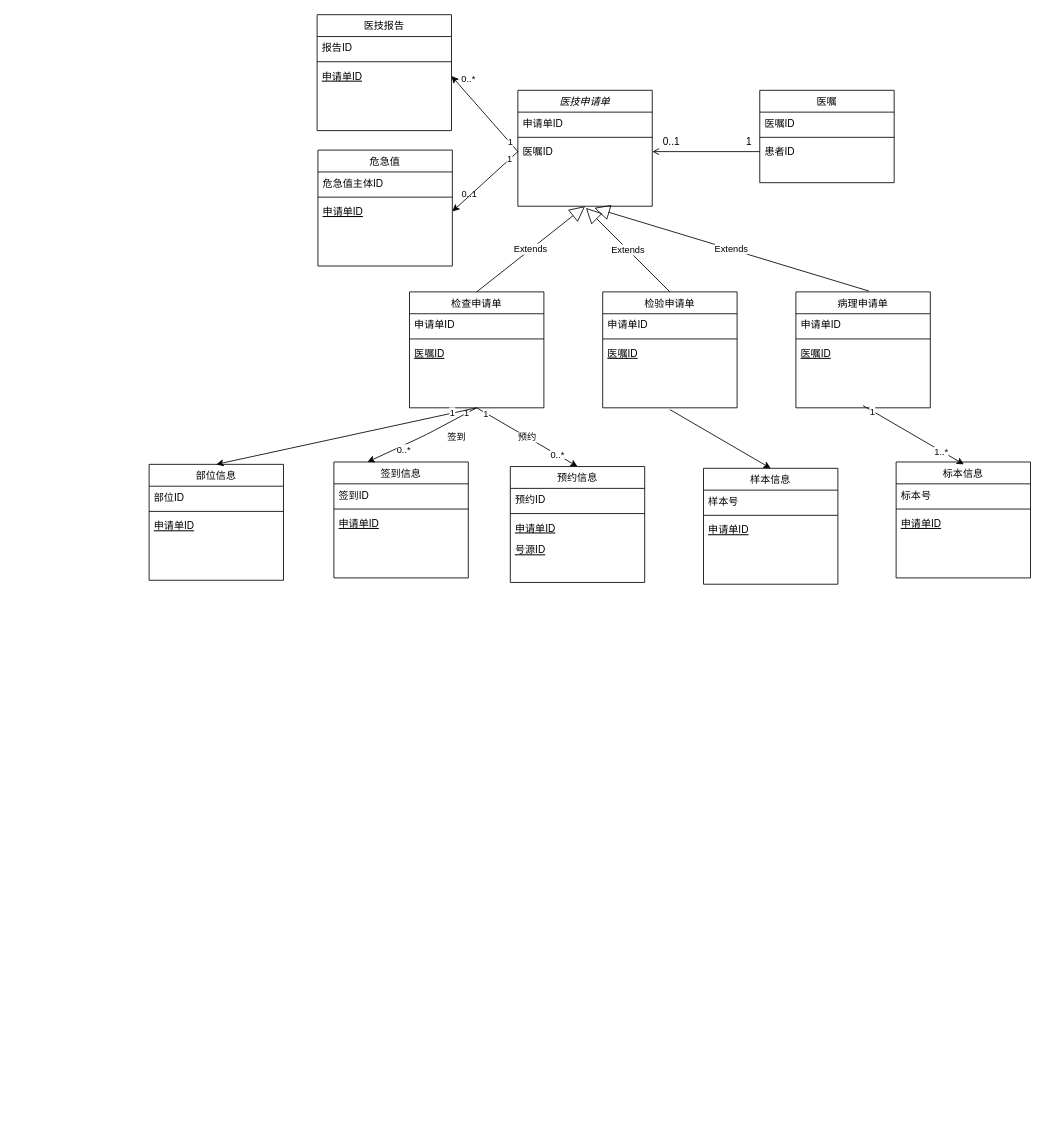
Above: Untitled Diagram.drawio in YuanZhaoXin/domain (draw.io), before the change. Source tidied: cells renumbered, new cells numbered last; positions are measured from the earlier drawing's top-left corner, leaving out a move shared by most shapes. Both pictures are drawn from the tidied source at 84%, with x=0, y=0 at pixel (149, 14).
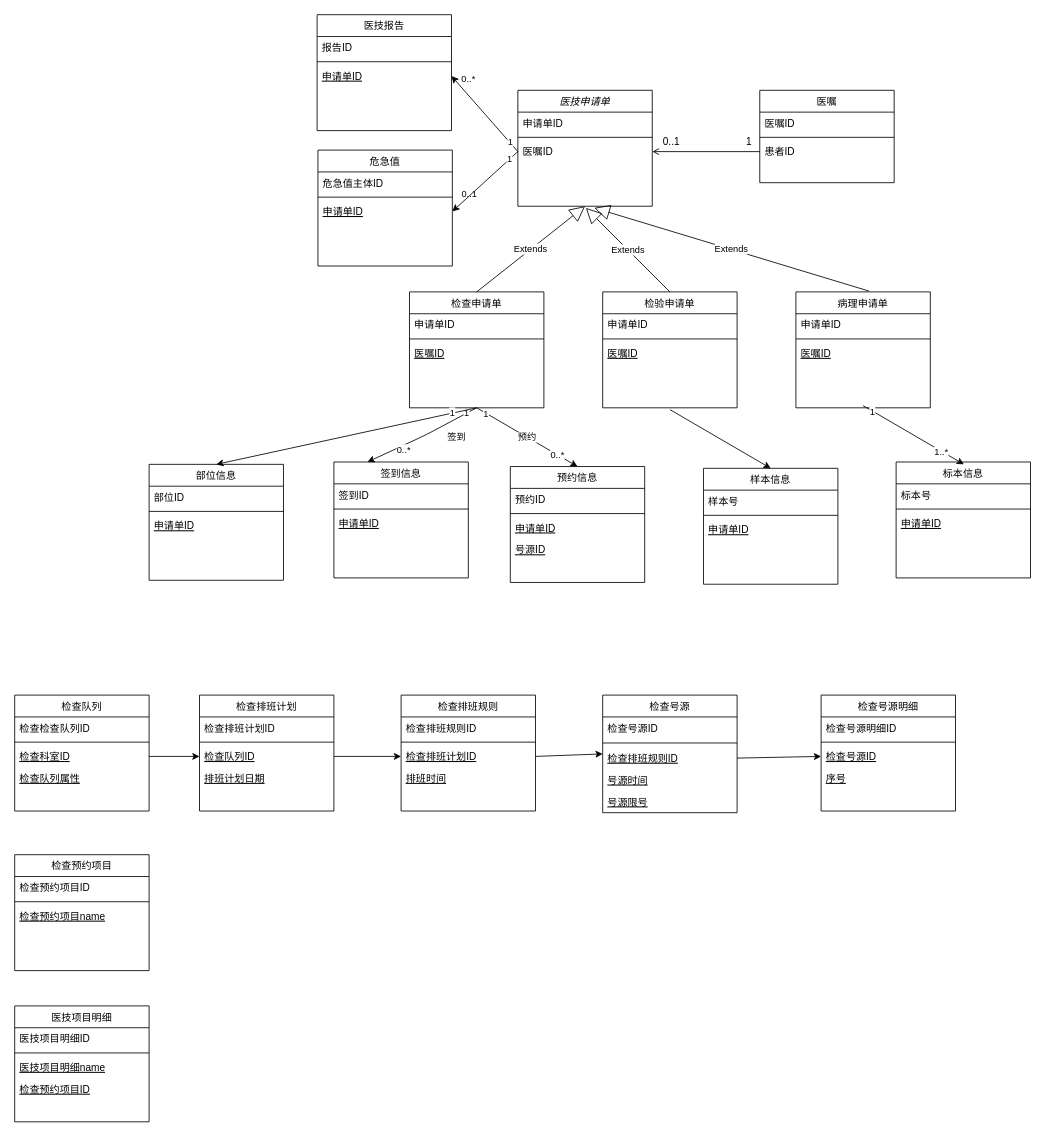
Above is the later version.

What changed in the source:
```diff
@@
+    <mxCell id="77" value="检查排班计划" style="swimlane;fontStyle=0;align=center;verticalAlign=top;horizontal=1;startSize=26;rounded=0;shadow=0;strokeWidth=1;" parent="1" vertex="1">
+      <mxGeometry x="60" y="810" width="160" height="138" as="geometry" />
+    </mxCell>
+    <mxCell id="78" value="检查排班计划ID" style="text;align=left;verticalAlign=top;spacingLeft=4;spacingRight=4;overflow=hidden;" parent="77" vertex="1">
+      <mxGeometry y="26" width="160" height="26" as="geometry" />
+    </mxCell>
+    <mxCell id="79" style="line;html=1;strokeWidth=1;align=left;verticalAlign=middle;spacingTop=-1;spacingLeft=3;spacingRight=3;labelPosition=right;" parent="77" vertex="1">
+      <mxGeometry y="52" width="160" height="8" as="geometry" />
+    </mxCell>
+    <mxCell id="80" value="检查队列ID" style="text;align=left;verticalAlign=top;spacingLeft=4;spacingRight=4;overflow=hidden;points=[[0,0.5],[1,0.5]];portConstraint=eastwest;fontStyle=4;" parent="77" vertex="1">
+      <mxGeometry y="60" width="160" height="26" as="geometry" />
+    </mxCell>
+    <mxCell id="81" value="排班计划日期" style="text;align=left;verticalAlign=top;spacingLeft=4;spacingRight=4;overflow=hidden;fontStyle=4;" parent="77" vertex="1">
+      <mxGeometry y="86" width="160" height="26" as="geometry" />
+    </mxCell>
+    <mxCell id="82" value="检查排班规则" style="swimlane;fontStyle=0;align=center;verticalAlign=top;horizontal=1;startSize=26;rounded=0;shadow=0;strokeWidth=1;" parent="1" vertex="1">
+      <mxGeometry x="300" y="810" width="160" height="138" as="geometry" />
+    </mxCell>
+    <mxCell id="83" value="检查排班规则ID" style="text;align=left;verticalAlign=top;spacingLeft=4;spacingRight=4;overflow=hidden;" parent="82" vertex="1">
+      <mxGeometry y="26" width="160" height="26" as="geometry" />
+    </mxCell>
+    <mxCell id="84" style="line;html=1;strokeWidth=1;align=left;verticalAlign=middle;spacingTop=-1;spacingLeft=3;spacingRight=3;labelPosition=right;" parent="82" vertex="1">
+      <mxGeometry y="52" width="160" height="8" as="geometry" />
+    </mxCell>
+    <mxCell id="85" value="检查排班计划ID" style="text;align=left;verticalAlign=top;spacingLeft=4;spacingRight=4;overflow=hidden;points=[[0,0.5],[1,0.5]];portConstraint=eastwest;fontStyle=4;" parent="82" vertex="1">
+      <mxGeometry y="60" width="160" height="26" as="geometry" />
+    </mxCell>
+    <mxCell id="86" value="排班时间" style="text;align=left;verticalAlign=top;spacingLeft=4;spacingRight=4;overflow=hidden;fontStyle=4;" parent="82" vertex="1">
+      <mxGeometry y="86" width="160" height="26" as="geometry" />
+    </mxCell>
+    <mxCell id="87" value="检查号源" style="swimlane;fontStyle=0;align=center;verticalAlign=top;horizontal=1;startSize=26;rounded=0;shadow=0;strokeWidth=1;" parent="1" vertex="1">
+      <mxGeometry x="540" y="810" width="160" height="140" as="geometry" />
+    </mxCell>
+    <mxCell id="88" value="检查号源ID" style="text;align=left;verticalAlign=top;spacingLeft=4;spacingRight=4;overflow=hidden;" parent="87" vertex="1">
+      <mxGeometry y="26" width="160" height="26" as="geometry" />
+    </mxCell>
+    <mxCell id="89" style="line;html=1;strokeWidth=1;align=left;verticalAlign=middle;spacingTop=-1;spacingLeft=3;spacingRight=3;labelPosition=right;" parent="87" vertex="1">
+      <mxGeometry y="52" width="160" height="10" as="geometry" />
+    </mxCell>
+    <mxCell id="90" value="检查排班规则ID" style="text;align=left;verticalAlign=top;spacingLeft=4;spacingRight=4;overflow=hidden;points=[[0,0.5],[1,0.5]];portConstraint=eastwest;fontStyle=4;" parent="87" vertex="1">
+      <mxGeometry y="62" width="160" height="26" as="geometry" />
+    </mxCell>
+    <mxCell id="91" value="号源时间" style="text;align=left;verticalAlign=top;spacingLeft=4;spacingRight=4;overflow=hidden;fontStyle=4;" parent="87" vertex="1">
+      <mxGeometry y="88" width="160" height="26" as="geometry" />
+    </mxCell>
+    <mxCell id="92" value="号源限号" style="text;align=left;verticalAlign=top;spacingLeft=4;spacingRight=4;overflow=hidden;fontStyle=4;" parent="87" vertex="1">
+      <mxGeometry y="114" width="160" height="26" as="geometry" />
+    </mxCell>
+    <mxCell id="93" value="检查号源明细" style="swimlane;fontStyle=0;align=center;verticalAlign=top;horizontal=1;startSize=26;rounded=0;shadow=0;strokeWidth=1;" parent="1" vertex="1">
+      <mxGeometry x="800" y="810" width="160" height="138" as="geometry" />
+    </mxCell>
+    <mxCell id="94" value="检查号源明细ID" style="text;align=left;verticalAlign=top;spacingLeft=4;spacingRight=4;overflow=hidden;" parent="93" vertex="1">
+      <mxGeometry y="26" width="160" height="26" as="geometry" />
+    </mxCell>
+    <mxCell id="95" style="line;html=1;strokeWidth=1;align=left;verticalAlign=middle;spacingTop=-1;spacingLeft=3;spacingRight=3;labelPosition=right;" parent="93" vertex="1">
+      <mxGeometry y="52" width="160" height="8" as="geometry" />
+    </mxCell>
+    <mxCell id="96" value="检查号源ID" style="text;align=left;verticalAlign=top;spacingLeft=4;spacingRight=4;overflow=hidden;points=[[0,0.5],[1,0.5]];portConstraint=eastwest;fontStyle=4;" parent="93" vertex="1">
+      <mxGeometry y="60" width="160" height="26" as="geometry" />
+    </mxCell>
+    <mxCell id="97" value="序号" style="text;align=left;verticalAlign=top;spacingLeft=4;spacingRight=4;overflow=hidden;fontStyle=4;" parent="93" vertex="1">
+      <mxGeometry y="86" width="160" height="26" as="geometry" />
+    </mxCell>
+    <mxCell id="98" value="检查队列" style="swimlane;fontStyle=0;align=center;verticalAlign=top;horizontal=1;startSize=26;rounded=0;shadow=0;strokeWidth=1;" parent="1" vertex="1">
+      <mxGeometry x="-160" y="810" width="160" height="138" as="geometry" />
+    </mxCell>
+    <mxCell id="99" value="检查检查队列ID" style="text;align=left;verticalAlign=top;spacingLeft=4;spacingRight=4;overflow=hidden;" parent="98" vertex="1">
+      <mxGeometry y="26" width="160" height="26" as="geometry" />
+    </mxCell>
+    <mxCell id="100" style="line;html=1;strokeWidth=1;align=left;verticalAlign=middle;spacingTop=-1;spacingLeft=3;spacingRight=3;labelPosition=right;" parent="98" vertex="1">
+      <mxGeometry y="52" width="160" height="8" as="geometry" />
+    </mxCell>
+    <mxCell id="101" value="检查科室ID" style="text;align=left;verticalAlign=top;spacingLeft=4;spacingRight=4;overflow=hidden;points=[[0,0.5],[1,0.5]];portConstraint=eastwest;fontStyle=4;" parent="98" vertex="1">
+      <mxGeometry y="60" width="160" height="26" as="geometry" />
+    </mxCell>
+    <mxCell id="102" value="检查队列属性" style="text;align=left;verticalAlign=top;spacingLeft=4;spacingRight=4;overflow=hidden;fontStyle=4;" parent="98" vertex="1">
+      <mxGeometry y="86" width="160" height="26" as="geometry" />
+    </mxCell>
+    <mxCell id="103" style="endArrow=classic;html=1;exitX=1;exitY=0.5;exitDx=0;exitDy=0;entryX=0;entryY=0.5;entryDx=0;entryDy=0;" parent="1" edge="1" source="101" target="80">
+      <mxGeometry relative="1" as="geometry" />
+    </mxCell>
+    <mxCell id="104" style="endArrow=classic;html=1;entryX=0;entryY=0.5;entryDx=0;entryDy=0;" parent="1" edge="1" source="80" target="85">
+      <mxGeometry relative="1" as="geometry" />
+    </mxCell>
+    <mxCell id="105" style="endArrow=classic;html=1;exitX=1;exitY=0.5;exitDx=0;exitDy=0;entryX=0;entryY=0.308;entryDx=0;entryDy=0;entryPerimeter=0;" parent="1" edge="1" source="85" target="90">
+      <mxGeometry relative="1" as="geometry" />
+    </mxCell>
+    <mxCell id="106" style="endArrow=classic;html=1;exitX=1;exitY=0.5;exitDx=0;exitDy=0;entryX=0;entryY=0.5;entryDx=0;entryDy=0;" parent="1" edge="1" source="90" target="96">
+      <mxGeometry relative="1" as="geometry" />
+    </mxCell>
+    <mxCell id="107" value="检查预约项目" style="swimlane;fontStyle=0;align=center;verticalAlign=top;horizontal=1;startSize=26;rounded=0;shadow=0;strokeWidth=1;" parent="1" vertex="1">
+      <mxGeometry x="-160" y="1000" width="160" height="138" as="geometry" />
+    </mxCell>
+    <mxCell id="108" value="检查预约项目ID" style="text;align=left;verticalAlign=top;spacingLeft=4;spacingRight=4;overflow=hidden;" parent="107" vertex="1">
+      <mxGeometry y="26" width="160" height="26" as="geometry" />
+    </mxCell>
+    <mxCell id="109" style="line;html=1;strokeWidth=1;align=left;verticalAlign=middle;spacingTop=-1;spacingLeft=3;spacingRight=3;labelPosition=right;" parent="107" vertex="1">
+      <mxGeometry y="52" width="160" height="8" as="geometry" />
+    </mxCell>
+    <mxCell id="110" value="检查预约项目name" style="text;align=left;verticalAlign=top;spacingLeft=4;spacingRight=4;overflow=hidden;fontStyle=4;" parent="107" vertex="1">
+      <mxGeometry y="60" width="160" height="26" as="geometry" />
+    </mxCell>
+    <mxCell id="111" value="医技项目明细" style="swimlane;fontStyle=0;align=center;verticalAlign=top;horizontal=1;startSize=26;rounded=0;shadow=0;strokeWidth=1;" parent="1" vertex="1">
+      <mxGeometry x="-160" y="1180" width="160" height="138" as="geometry" />
+    </mxCell>
+    <mxCell id="112" value="医技项目明细ID" style="text;align=left;verticalAlign=top;spacingLeft=4;spacingRight=4;overflow=hidden;" parent="111" vertex="1">
+      <mxGeometry y="26" width="160" height="26" as="geometry" />
+    </mxCell>
+    <mxCell id="113" style="line;html=1;strokeWidth=1;align=left;verticalAlign=middle;spacingTop=-1;spacingLeft=3;spacingRight=3;labelPosition=right;" parent="111" vertex="1">
+      <mxGeometry y="52" width="160" height="8" as="geometry" />
+    </mxCell>
+    <mxCell id="114" value="医技项目明细name" style="text;align=left;verticalAlign=top;spacingLeft=4;spacingRight=4;overflow=hidden;fontStyle=4;" parent="111" vertex="1">
+      <mxGeometry y="60" width="160" height="26" as="geometry" />
+    </mxCell>
+    <mxCell id="115" value="检查预约项目ID" style="text;align=left;verticalAlign=top;spacingLeft=4;spacingRight=4;overflow=hidden;fontStyle=4;" parent="111" vertex="1">
+      <mxGeometry y="86" width="160" height="26" as="geometry" />
+    </mxCell>
```
